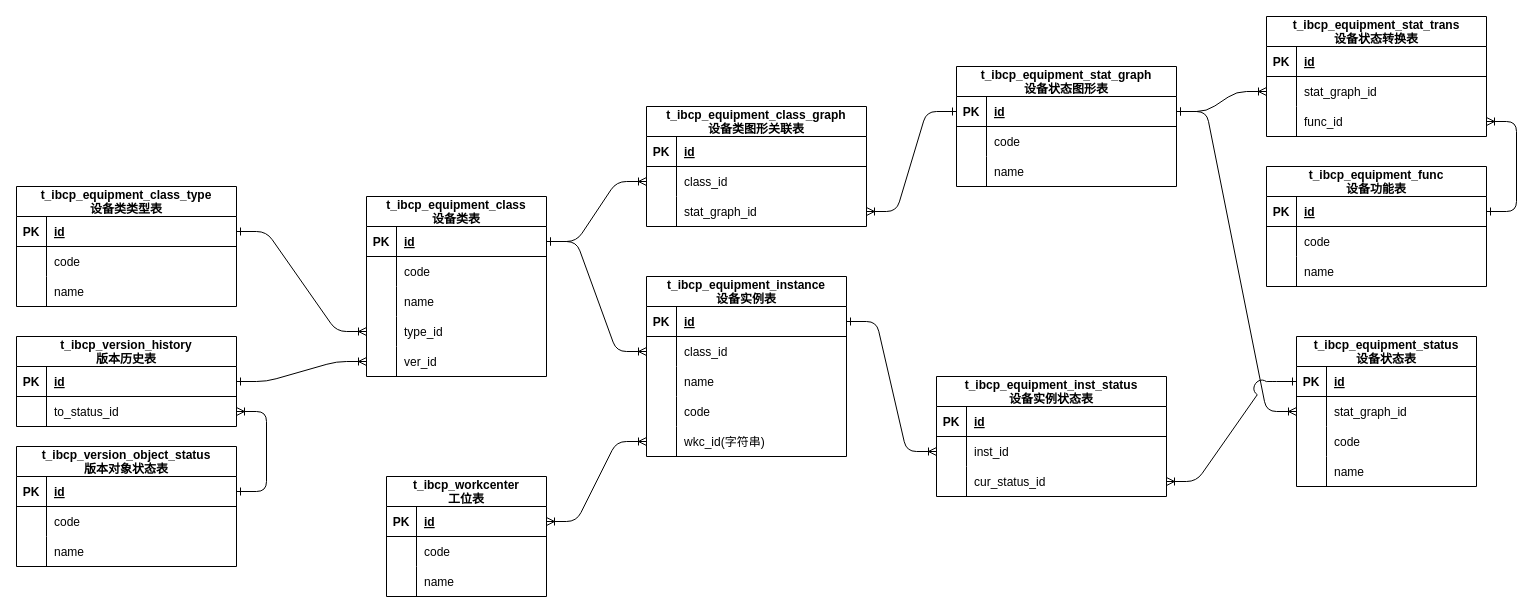
Above: page "设备" (8 of 9) of mes/db.drawio in FreshCabbage666/drawio (draw.io), before the change. Source tidied: cells renumbered, new cells numbered last; positions are measured from the earlier drawing's top-left corner, leaving out a move shared by most shapes. Both pictures are drawn from the tidied source at 100%, with x=0, y=0 at pixel (16, 16).
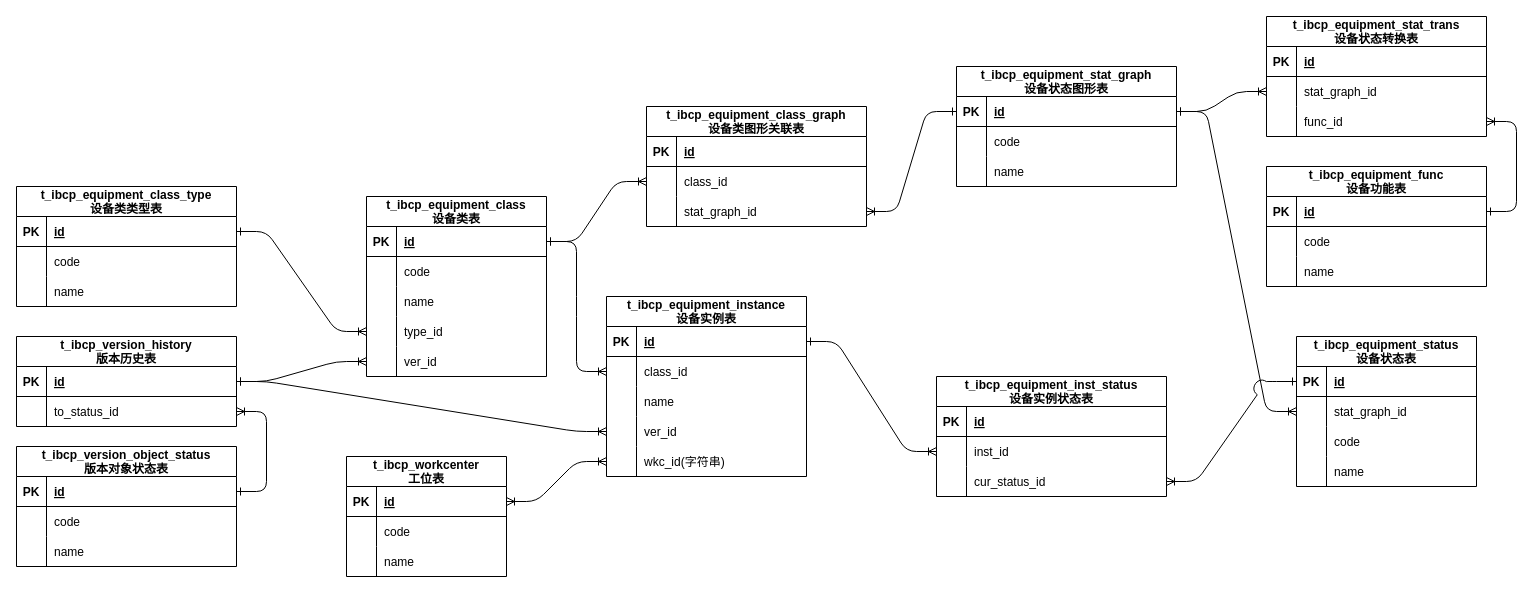
The same page after the edit.

Unchanged cells that the change refers to:
```xml
<mxCell id="41" style="shape=partialRectangle;fillColor=none;points=[[0,0.5],[1,0.5]];portConstraint=eastwest;top=0;left=0;right=0;bottom=1;" parent="40" vertex="1">
  <mxGeometry y="30" width="220" height="30" as="geometry" />
</mxCell>
<mxCell id="69" style="shape=partialRectangle;fillColor=none;points=[[0,0.5],[1,0.5]];portConstraint=eastwest;top=0;left=0;right=0;bottom=0;" parent="59" vertex="1">
  <mxGeometry y="120" width="200" height="30" as="geometry" />
</mxCell>
```

What changed in the source:
```diff
@@
     <mxCell id="59" value="t_ibcp_equipment_instance&#10;设备实例表" style="shape=table;startSize=30;childLayout=tableLayout;rowLines=0;fontStyle=1;align=center;" parent="1" vertex="1">
-      <mxGeometry x="630" y="260" width="200" height="180" as="geometry" />
+      <mxGeometry x="590" y="280" width="200" height="180" as="geometry" />
     </mxCell>
@@
-    <mxCell id="71" value="code" style="shape=partialRectangle;overflow=hidden;fillColor=none;top=0;left=0;bottom=0;right=0;align=left;spacingLeft=6;" parent="69" vertex="1">
+    <mxCell id="71" value="ver_id" style="shape=partialRectangle;overflow=hidden;fillColor=none;top=0;left=0;bottom=0;right=0;align=left;spacingLeft=6;" parent="69" vertex="1">
       <mxGeometry x="30" width="170" height="30" as="geometry" />
     </mxCell>
@@
     <mxCell id="76" value="t_ibcp_workcenter&#10;工位表" style="shape=table;startSize=30;childLayout=tableLayout;rowLines=0;fontStyle=1;align=center;" parent="1" vertex="1">
-      <mxGeometry x="370" y="460" width="160" height="120" as="geometry" />
+      <mxGeometry x="330" y="440" width="160" height="120" as="geometry" />
     </mxCell>
@@
+    <mxCell id="146" style="edgeStyle=entityRelationEdgeStyle;endArrow=ERoneToMany;startArrow=ERone;endFill=0;startFill=0;exitX=1;exitY=0.5;exitDx=0;exitDy=0;" parent="1" edge="1" source="41" target="69">
+      <mxGeometry relative="1" as="geometry" />
+    </mxCell>
```
